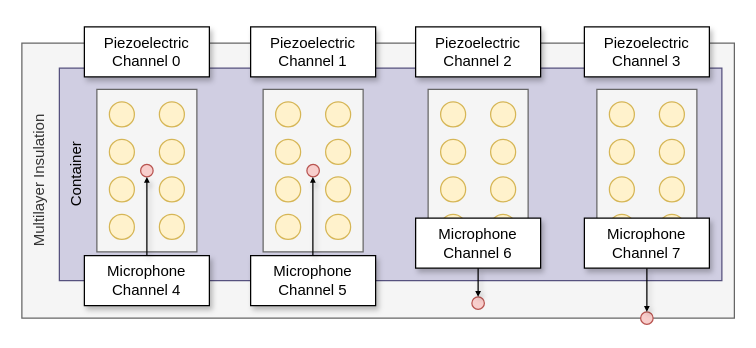
This is page "sensor layout" (6 of 10) of dissertation/dissertation_diagram.drawio from dkadyrov/Vibro-Acoustic-Signatures-and-Detection-Algorithms-for-Stored-Product-Insects, a draw.io file, before an edit. Source tidied: cells renumbered, new cells numbered last; positions are measured from the earlier drawing's top-left corner, leaving out a move shared by most shapes. Both pictures are drawn from the tidied source at 125%, with x=0, y=0 at pixel (21, 26).
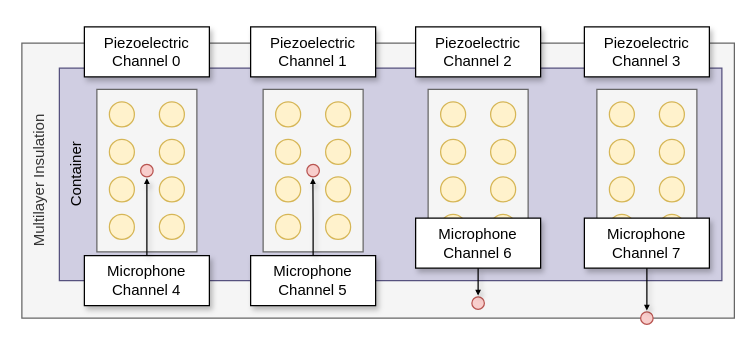
The same page after the edit.

Unchanged cells that the change refers to:
```xml
<mxCell id="15" value="&lt;div&gt;Microphone&lt;/div&gt;Channel 5" style="rounded=0;whiteSpace=wrap;html=1;fontFamily=NewComputerModernMath;shadow=1;fontSize=12;" parent="1" vertex="1">
  <mxGeometry x="183" y="183" width="100" height="40" as="geometry" />
</mxCell>
<mxCell id="17" style="ellipse;whiteSpace=wrap;html=1;fillColor=#f8cecc;strokeColor=#b85450;fontFamily=NewComputerModernMath;fontSize=12;" parent="1" vertex="1">
  <mxGeometry x="360" y="216" width="10" height="10" as="geometry" />
</mxCell>
<mxCell id="28" value="&lt;div&gt;Microphone&lt;/div&gt;Channel 6" style="rounded=0;whiteSpace=wrap;html=1;fontFamily=NewComputerModernMath;shadow=1;fontSize=12;" parent="1" vertex="1">
  <mxGeometry x="315" y="153" width="100" height="40" as="geometry" />
</mxCell>
<mxCell id="30" style="ellipse;whiteSpace=wrap;html=1;fillColor=#f8cecc;strokeColor=#b85450;fontFamily=NewComputerModernMath;fontSize=12;" parent="1" vertex="1">
  <mxGeometry x="495" y="228" width="10" height="10" as="geometry" />
</mxCell>
<mxCell id="42" value="&lt;div&gt;Microphone&lt;/div&gt;Channel 7" style="rounded=0;whiteSpace=wrap;html=1;fontFamily=NewComputerModernMath;shadow=1;fontSize=12;" parent="1" vertex="1">
  <mxGeometry x="450" y="153" width="100" height="40" as="geometry" />
</mxCell>
<mxCell id="46" style="ellipse;whiteSpace=wrap;html=1;fillColor=#f8cecc;strokeColor=#b85450;fontFamily=NewComputerModernMath;fontSize=12;" parent="1" vertex="1">
  <mxGeometry x="95" y="110" width="10" height="10" as="geometry" />
</mxCell>
<mxCell id="54" value="&lt;div&gt;Microphone&lt;/div&gt;Channel 4" style="rounded=0;whiteSpace=wrap;html=1;fontFamily=NewComputerModernMath;shadow=1;fontSize=12;" parent="1" vertex="1">
  <mxGeometry x="50" y="183" width="100" height="40" as="geometry" />
</mxCell>
```

What changed in the source:
```diff
@@
-    <mxCell id="16" style="edgeStyle=orthogonalEdgeStyle;rounded=0;orthogonalLoop=1;jettySize=auto;html=1;exitX=0.5;exitY=0;exitDx=0;exitDy=0;entryX=0.5;entryY=1;entryDx=0;entryDy=0;endArrow=block;endFill=1;endSize=2;shadow=1;fontFamily=NewComputerModernMath;fontSize=12;" parent="1" edge="1">
+    <mxCell id="16" style="edgeStyle=orthogonalEdgeStyle;rounded=0;jettySize=auto;html=1;exitX=0.5;exitY=0;exitDx=0;exitDy=0;entryX=0.5;entryY=1;entryDx=0;entryDy=0;endArrow=block;endFill=1;endSize=2;shadow=1;fontFamily=NewComputerModernMath;fontSize=12;" parent="1" edge="1" source="15">
       <mxGeometry relative="1" as="geometry">
-        <mxPoint x="232.8" y="183" as="sourcePoint" />
-        <mxPoint x="232.8" y="120" as="targetPoint" />
+        <mxPoint x="232.8" y="121" as="targetPoint" />
       </mxGeometry>
     </mxCell>
@@
-    <mxCell id="29" style="edgeStyle=orthogonalEdgeStyle;rounded=0;jettySize=auto;html=1;exitX=0.5;exitY=1;exitDx=0;exitDy=0;endArrow=block;endFill=1;endSize=2;shadow=1;entryX=0.5;entryY=0;entryDx=0;entryDy=0;fontFamily=NewComputerModernMath;fontSize=12;" parent="1" edge="1" source="28" target="17">
-      <mxGeometry relative="1" as="geometry" />
+    <mxCell id="29" style="edgeStyle=orthogonalEdgeStyle;rounded=0;jettySize=auto;html=1;endArrow=block;endFill=1;endSize=2;shadow=1;entryX=0.5;entryY=0;entryDx=0;entryDy=0;fontFamily=NewComputerModernMath;fontSize=12;exitX=0.5;exitY=1;exitDx=0;exitDy=0;" parent="1" edge="1" source="28">
+      <mxGeometry relative="1" as="geometry">
+        <mxPoint x="365" y="215" as="targetPoint" />
+      </mxGeometry>
     </mxCell>
@@
-    <mxCell id="32" style="edgeStyle=orthogonalEdgeStyle;rounded=0;jettySize=auto;html=1;exitX=0.5;exitY=1;exitDx=0;exitDy=0;endArrow=block;endFill=1;endSize=2;shadow=1;fontFamily=NewComputerModernMath;fontSize=12;" parent="1" edge="1" source="42" target="30">
-      <mxGeometry relative="1" as="geometry" />
+    <mxCell id="32" style="edgeStyle=orthogonalEdgeStyle;rounded=0;orthogonalLoop=1;jettySize=auto;html=1;exitX=0.5;exitY=1;exitDx=0;exitDy=0;endArrow=block;endFill=1;endSize=2;shadow=1;fontFamily=NewComputerModernMath;fontSize=12;" parent="1" edge="1">
+      <mxGeometry relative="1" as="geometry">
+        <mxPoint x="500" y="192" as="sourcePoint" />
+        <mxPoint x="500" y="227" as="targetPoint" />
+      </mxGeometry>
     </mxCell>
@@
-    <mxCell id="55" style="edgeStyle=orthogonalEdgeStyle;rounded=0;jettySize=auto;html=1;exitX=0.5;exitY=0;exitDx=0;exitDy=0;entryX=0.5;entryY=1;entryDx=0;entryDy=0;endArrow=block;endFill=1;endSize=2;shadow=1;fontFamily=NewComputerModernMath;fontSize=12;" parent="1" edge="1" source="54" target="46">
-      <mxGeometry relative="1" as="geometry" />
+    <mxCell id="55" style="edgeStyle=orthogonalEdgeStyle;rounded=0;jettySize=auto;html=1;exitX=0.5;exitY=0;exitDx=0;exitDy=0;endArrow=block;endFill=1;endSize=2;shadow=1;fontFamily=NewComputerModernMath;fontSize=12;" parent="1" edge="1" source="54">
+      <mxGeometry relative="1" as="geometry">
+        <mxPoint x="100" y="121" as="targetPoint" />
+      </mxGeometry>
     </mxCell>
```
